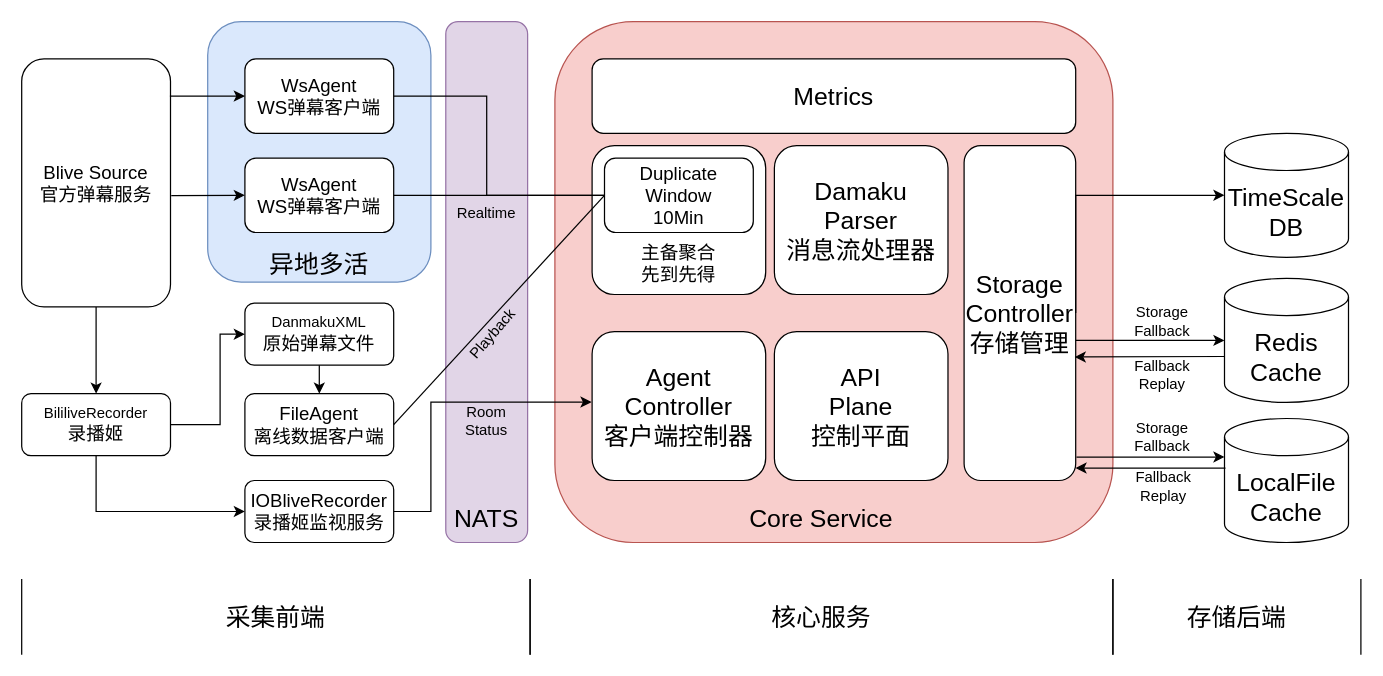
Before: page "io-blive-damaku" (2 of 2) of docs/biliCenter.drawio in TiyaAnlite/FocotServices, a draw.io diagram. Source tidied: cells renumbered, new cells numbered last; positions are measured from the earlier drawing's top-left corner, leaving out a move shared by most shapes. Both pictures are drawn from the tidied source at 124%, with x=0, y=0 at pixel (21, 21).
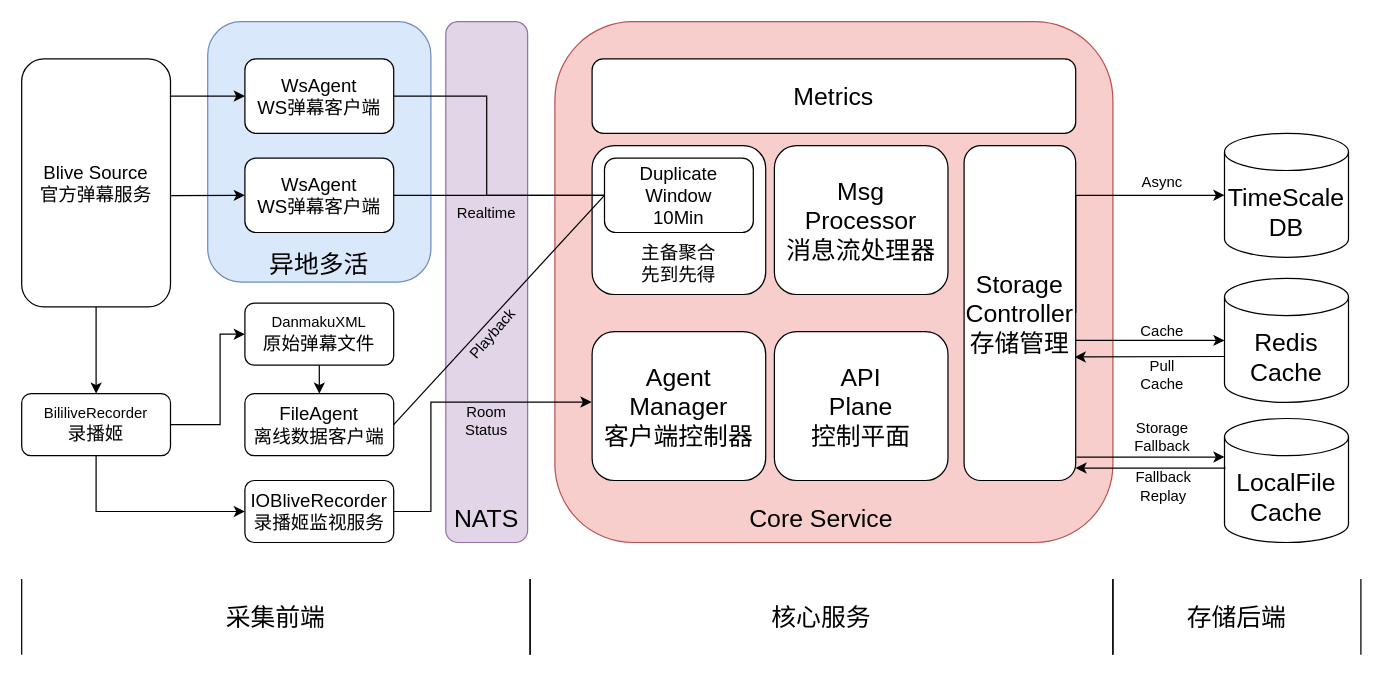
The same diagram, later.

Change to the diagram source:
```diff
@@
-    <mxCell id="32" value="Agent Controller&lt;div&gt;客户端控制器&lt;/div&gt;" style="rounded=1;whiteSpace=wrap;html=1;fontSize=20;" parent="1" vertex="1">
+    <mxCell id="32" value="Agent&lt;div&gt;Manager&lt;div&gt;客户端控制器&lt;/div&gt;&lt;/div&gt;" style="rounded=1;whiteSpace=wrap;html=1;fontSize=20;" parent="1" vertex="1">
       <mxGeometry x="460" y="250" width="140" height="120" as="geometry" />
     </mxCell>
-    <mxCell id="33" value="Damaku Parser&lt;div&gt;消息流处理器&lt;/div&gt;" style="rounded=1;whiteSpace=wrap;html=1;fontSize=20;" parent="1" vertex="1">
+    <mxCell id="33" value="Msg&lt;div&gt;Processor&lt;br&gt;&lt;div&gt;消息流处理器&lt;/div&gt;&lt;/div&gt;" style="rounded=1;whiteSpace=wrap;html=1;fontSize=20;" parent="1" vertex="1">
       <mxGeometry x="607" y="100" width="140" height="120" as="geometry" />
     </mxCell>
@@
-    <mxCell id="43" value="Storage&lt;div&gt;Fallback&lt;/div&gt;" style="text;html=1;align=center;verticalAlign=middle;whiteSpace=wrap;rounded=0;rotation=0;" parent="1" vertex="1">
-      <mxGeometry x="890" y="227" width="60" height="30" as="geometry" />
+    <mxCell id="43" value="Cache" style="text;html=1;align=center;verticalAlign=middle;whiteSpace=wrap;rounded=0;rotation=0;" parent="1" vertex="1">
+      <mxGeometry x="890" y="235" width="60" height="30" as="geometry" />
     </mxCell>
@@
-    <mxCell id="48" value="Fallback&lt;div&gt;Replay&lt;/div&gt;" style="text;html=1;align=center;verticalAlign=middle;whiteSpace=wrap;rounded=0;rotation=0;" parent="1" vertex="1">
+    <mxCell id="48" value="Pull Cache" style="text;html=1;align=center;verticalAlign=middle;whiteSpace=wrap;rounded=0;rotation=0;" parent="1" vertex="1">
       <mxGeometry x="890" y="270" width="60" height="30" as="geometry" />
     </mxCell>
@@
+    <mxCell id="51" value="Async" style="text;html=1;align=center;verticalAlign=middle;whiteSpace=wrap;rounded=0;rotation=0;" parent="1" vertex="1">
+      <mxGeometry x="890" y="115" width="60" height="30" as="geometry" />
+    </mxCell>
```
